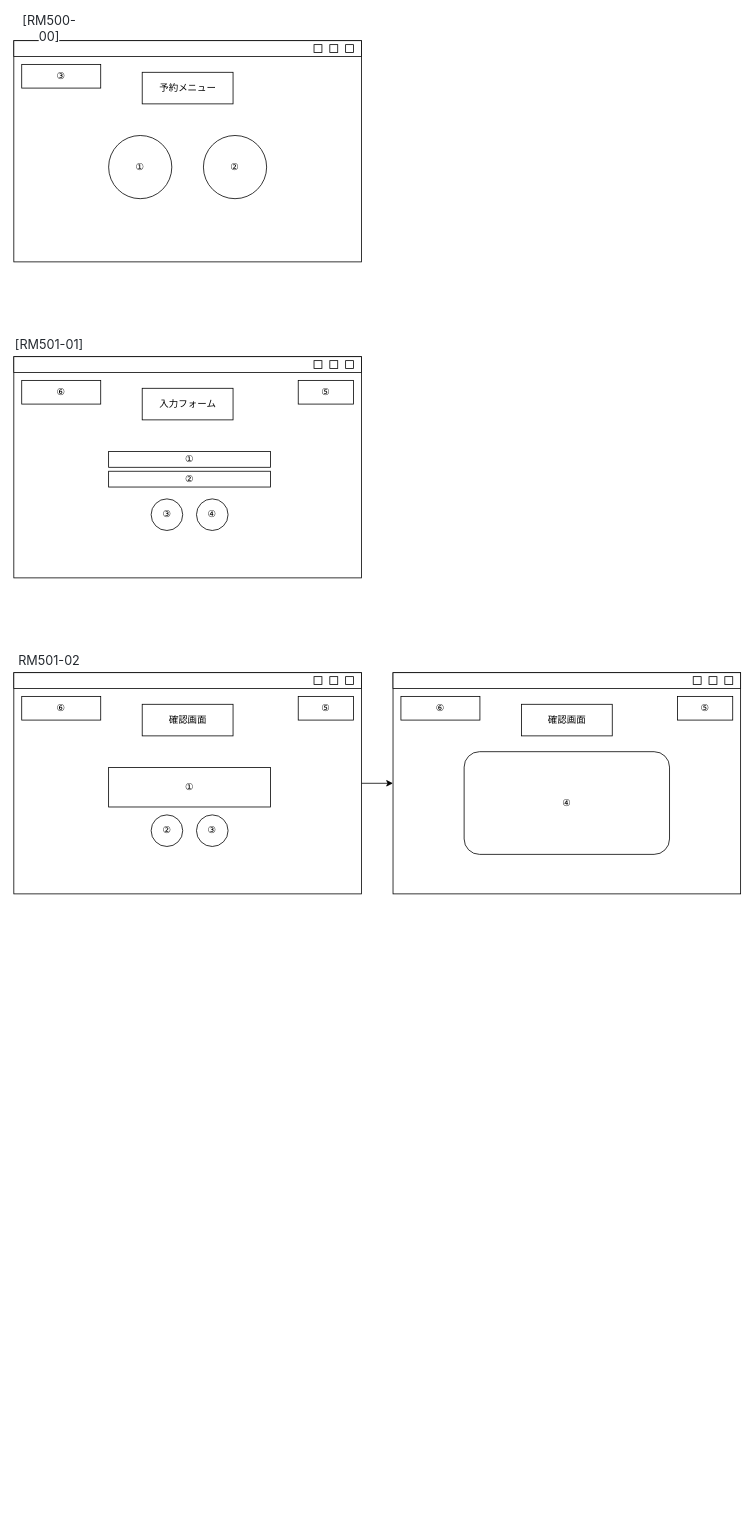
Earlier version of the draw.io diagram Documents/20_外部設計/22_画面レイアウト設計/画面レイアウト設計書/drawio/RM.dwaio.drawio (charlie24403/Librarians). Source tidied: cells renumbered, new cells numbered last; positions are measured from the earlier drawing's top-left corner, leaving out a move shared by most shapes. Both pictures are drawn from the tidied source at 79%, with x=0, y=0 at pixel (13, 17).
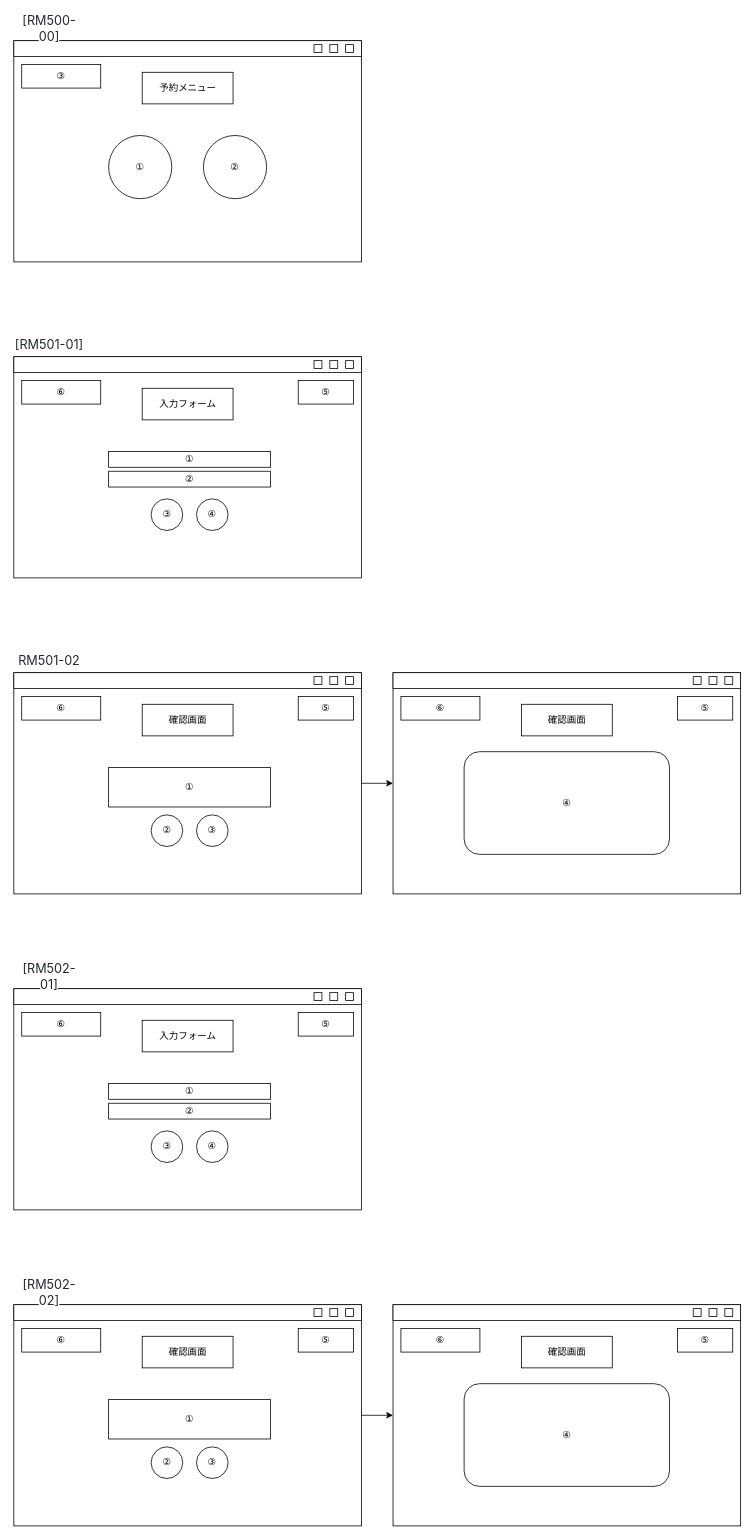
After the change.

Diff of the diagram source:
```diff
@@
+    <mxCell id="47" style="rounded=0;whiteSpace=wrap;html=1;" parent="1" vertex="1">
+      <mxGeometry y="1230" width="440" height="280" as="geometry" />
+    </mxCell>
+    <mxCell id="48" style="rounded=0;whiteSpace=wrap;html=1;" parent="1" vertex="1">
+      <mxGeometry y="1230" width="440" height="20" as="geometry" />
+    </mxCell>
+    <mxCell id="49" style="rounded=0;whiteSpace=wrap;html=1;" parent="1" vertex="1">
+      <mxGeometry x="400" y="1235" width="10" height="10" as="geometry" />
+    </mxCell>
+    <mxCell id="50" style="rounded=0;whiteSpace=wrap;html=1;" parent="1" vertex="1">
+      <mxGeometry x="420" y="1235" width="10" height="10" as="geometry" />
+    </mxCell>
+    <mxCell id="51" style="rounded=0;whiteSpace=wrap;html=1;" parent="1" vertex="1">
+      <mxGeometry x="380" y="1235" width="10" height="10" as="geometry" />
+    </mxCell>
+    <mxCell id="52" value="⑥" style="rounded=0;whiteSpace=wrap;html=1;" parent="1" vertex="1">
+      <mxGeometry x="10" y="1260" width="100" height="30" as="geometry" />
+    </mxCell>
+    <mxCell id="53" value="入力フォーム" style="rounded=0;whiteSpace=wrap;html=1;" parent="1" vertex="1">
+      <mxGeometry x="162.5" y="1270" width="115" height="40" as="geometry" />
+    </mxCell>
+    <mxCell id="54" value="&lt;span style=&quot;color: rgb(36, 41, 47); font-family: -apple-system, BlinkMacSystemFont, &amp;quot;Segoe UI&amp;quot;, Helvetica, Arial, sans-serif, &amp;quot;Apple Color Emoji&amp;quot;, &amp;quot;Segoe UI Emoji&amp;quot;; font-size: 16px; text-align: left; background-color: rgb(255, 255, 255);&quot;&gt;[&lt;/span&gt;&lt;span style=&quot;color: rgb(36, 41, 47); font-family: -apple-system, BlinkMacSystemFont, &amp;quot;Segoe UI&amp;quot;, Helvetica, Arial, sans-serif, &amp;quot;Apple Color Emoji&amp;quot;, &amp;quot;Segoe UI Emoji&amp;quot;; font-size: 16px; text-align: left; background-color: rgb(255, 255, 255);&quot;&gt;RM502-01&lt;/span&gt;&lt;span style=&quot;color: rgb(36, 41, 47); font-family: -apple-system, BlinkMacSystemFont, &amp;quot;Segoe UI&amp;quot;, Helvetica, Arial, sans-serif, &amp;quot;Apple Color Emoji&amp;quot;, &amp;quot;Segoe UI Emoji&amp;quot;; font-size: 16px; text-align: left; background-color: rgb(255, 255, 255);&quot;&gt;]&lt;/span&gt;" style="text;html=1;strokeColor=none;fillColor=none;align=center;verticalAlign=middle;whiteSpace=wrap;rounded=0;" parent="1" vertex="1">
+      <mxGeometry y="1200" width="90" height="30" as="geometry" />
+    </mxCell>
+    <mxCell id="55" value="⑤" style="rounded=0;whiteSpace=wrap;html=1;" parent="1" vertex="1">
+      <mxGeometry x="360" y="1260" width="70" height="30" as="geometry" />
+    </mxCell>
+    <mxCell id="56" value="①" style="rounded=0;whiteSpace=wrap;html=1;" parent="1" vertex="1">
+      <mxGeometry x="120" y="1350" width="205" height="20" as="geometry" />
+    </mxCell>
+    <mxCell id="57" value="②" style="rounded=0;whiteSpace=wrap;html=1;" parent="1" vertex="1">
+      <mxGeometry x="120" y="1375" width="205" height="20" as="geometry" />
+    </mxCell>
+    <mxCell id="58" value="③" style="ellipse;whiteSpace=wrap;html=1;" parent="1" vertex="1">
+      <mxGeometry x="173.8" y="1410" width="40" height="40" as="geometry" />
+    </mxCell>
+    <mxCell id="59" value="④" style="ellipse;whiteSpace=wrap;html=1;" parent="1" vertex="1">
+      <mxGeometry x="231.2" y="1410" width="40" height="40" as="geometry" />
+    </mxCell>
+    <mxCell id="60" style="edgeStyle=orthogonalEdgeStyle;rounded=0;jettySize=auto;html=1;entryX=0;entryY=0.5;entryDx=0;entryDy=0;" parent="1" edge="1" source="61" target="73">
+      <mxGeometry relative="1" as="geometry" />
+    </mxCell>
+    <mxCell id="61" style="rounded=0;whiteSpace=wrap;html=1;" parent="1" vertex="1">
+      <mxGeometry y="1630" width="440" height="280" as="geometry" />
+    </mxCell>
+    <mxCell id="62" style="rounded=0;whiteSpace=wrap;html=1;" parent="1" vertex="1">
+      <mxGeometry y="1630" width="440" height="20" as="geometry" />
+    </mxCell>
+    <mxCell id="63" style="rounded=0;whiteSpace=wrap;html=1;" parent="1" vertex="1">
+      <mxGeometry x="400" y="1635" width="10" height="10" as="geometry" />
+    </mxCell>
+    <mxCell id="64" style="rounded=0;whiteSpace=wrap;html=1;" parent="1" vertex="1">
+      <mxGeometry x="420" y="1635" width="10" height="10" as="geometry" />
+    </mxCell>
+    <mxCell id="65" style="rounded=0;whiteSpace=wrap;html=1;" parent="1" vertex="1">
+      <mxGeometry x="380" y="1635" width="10" height="10" as="geometry" />
+    </mxCell>
+    <mxCell id="66" value="⑥" style="rounded=0;whiteSpace=wrap;html=1;" parent="1" vertex="1">
+      <mxGeometry x="10" y="1660" width="100" height="30" as="geometry" />
+    </mxCell>
+    <mxCell id="67" value="確認画面" style="rounded=0;whiteSpace=wrap;html=1;" parent="1" vertex="1">
+      <mxGeometry x="162.5" y="1670" width="115" height="40" as="geometry" />
+    </mxCell>
+    <mxCell id="68" value="&lt;span style=&quot;color: rgb(36, 41, 47); font-family: -apple-system, BlinkMacSystemFont, &amp;quot;Segoe UI&amp;quot;, Helvetica, Arial, sans-serif, &amp;quot;Apple Color Emoji&amp;quot;, &amp;quot;Segoe UI Emoji&amp;quot;; font-size: 16px; text-align: left; background-color: rgb(255, 255, 255);&quot;&gt;[&lt;/span&gt;&lt;span style=&quot;color: rgb(36, 41, 47); font-family: -apple-system, BlinkMacSystemFont, &amp;quot;Segoe UI&amp;quot;, Helvetica, Arial, sans-serif, &amp;quot;Apple Color Emoji&amp;quot;, &amp;quot;Segoe UI Emoji&amp;quot;; font-size: 16px; text-align: left; background-color: rgb(255, 255, 255);&quot;&gt;RM502-02&lt;/span&gt;&lt;span style=&quot;color: rgb(36, 41, 47); font-family: -apple-system, BlinkMacSystemFont, &amp;quot;Segoe UI&amp;quot;, Helvetica, Arial, sans-serif, &amp;quot;Apple Color Emoji&amp;quot;, &amp;quot;Segoe UI Emoji&amp;quot;; font-size: 16px; text-align: left; background-color: rgb(255, 255, 255);&quot;&gt;]&lt;/span&gt;" style="text;html=1;strokeColor=none;fillColor=none;align=center;verticalAlign=middle;whiteSpace=wrap;rounded=0;" parent="1" vertex="1">
+      <mxGeometry y="1600" width="90" height="30" as="geometry" />
+    </mxCell>
+    <mxCell id="69" value="⑤" style="rounded=0;whiteSpace=wrap;html=1;" parent="1" vertex="1">
+      <mxGeometry x="360" y="1660" width="70" height="30" as="geometry" />
+    </mxCell>
+    <mxCell id="70" value="①" style="rounded=0;whiteSpace=wrap;html=1;" parent="1" vertex="1">
+      <mxGeometry x="120" y="1750" width="205" height="50" as="geometry" />
+    </mxCell>
+    <mxCell id="71" value="②" style="ellipse;whiteSpace=wrap;html=1;" parent="1" vertex="1">
+      <mxGeometry x="173.8" y="1810" width="40" height="40" as="geometry" />
+    </mxCell>
+    <mxCell id="72" value="③" style="ellipse;whiteSpace=wrap;html=1;" parent="1" vertex="1">
+      <mxGeometry x="231.2" y="1810" width="40" height="40" as="geometry" />
+    </mxCell>
+    <mxCell id="73" style="rounded=0;whiteSpace=wrap;html=1;" parent="1" vertex="1">
+      <mxGeometry x="480" y="1630" width="440" height="280" as="geometry" />
+    </mxCell>
+    <mxCell id="74" style="rounded=0;whiteSpace=wrap;html=1;" parent="1" vertex="1">
+      <mxGeometry x="480" y="1630" width="440" height="20" as="geometry" />
+    </mxCell>
+    <mxCell id="75" style="rounded=0;whiteSpace=wrap;html=1;" parent="1" vertex="1">
+      <mxGeometry x="880" y="1635" width="10" height="10" as="geometry" />
+    </mxCell>
+    <mxCell id="76" style="rounded=0;whiteSpace=wrap;html=1;" parent="1" vertex="1">
+      <mxGeometry x="900" y="1635" width="10" height="10" as="geometry" />
+    </mxCell>
+    <mxCell id="77" style="rounded=0;whiteSpace=wrap;html=1;" parent="1" vertex="1">
+      <mxGeometry x="860" y="1635" width="10" height="10" as="geometry" />
+    </mxCell>
+    <mxCell id="78" value="⑥" style="rounded=0;whiteSpace=wrap;html=1;" parent="1" vertex="1">
+      <mxGeometry x="490" y="1660" width="100" height="30" as="geometry" />
+    </mxCell>
+    <mxCell id="79" value="確認画面" style="rounded=0;whiteSpace=wrap;html=1;" parent="1" vertex="1">
+      <mxGeometry x="642.5" y="1670" width="115" height="40" as="geometry" />
+    </mxCell>
+    <mxCell id="80" value="⑤" style="rounded=0;whiteSpace=wrap;html=1;" parent="1" vertex="1">
+      <mxGeometry x="840" y="1660" width="70" height="30" as="geometry" />
+    </mxCell>
+    <mxCell id="81" value="④" style="rounded=1;whiteSpace=wrap;html=1;" parent="1" vertex="1">
+      <mxGeometry x="570" y="1730" width="260" height="130" as="geometry" />
+    </mxCell>
```
